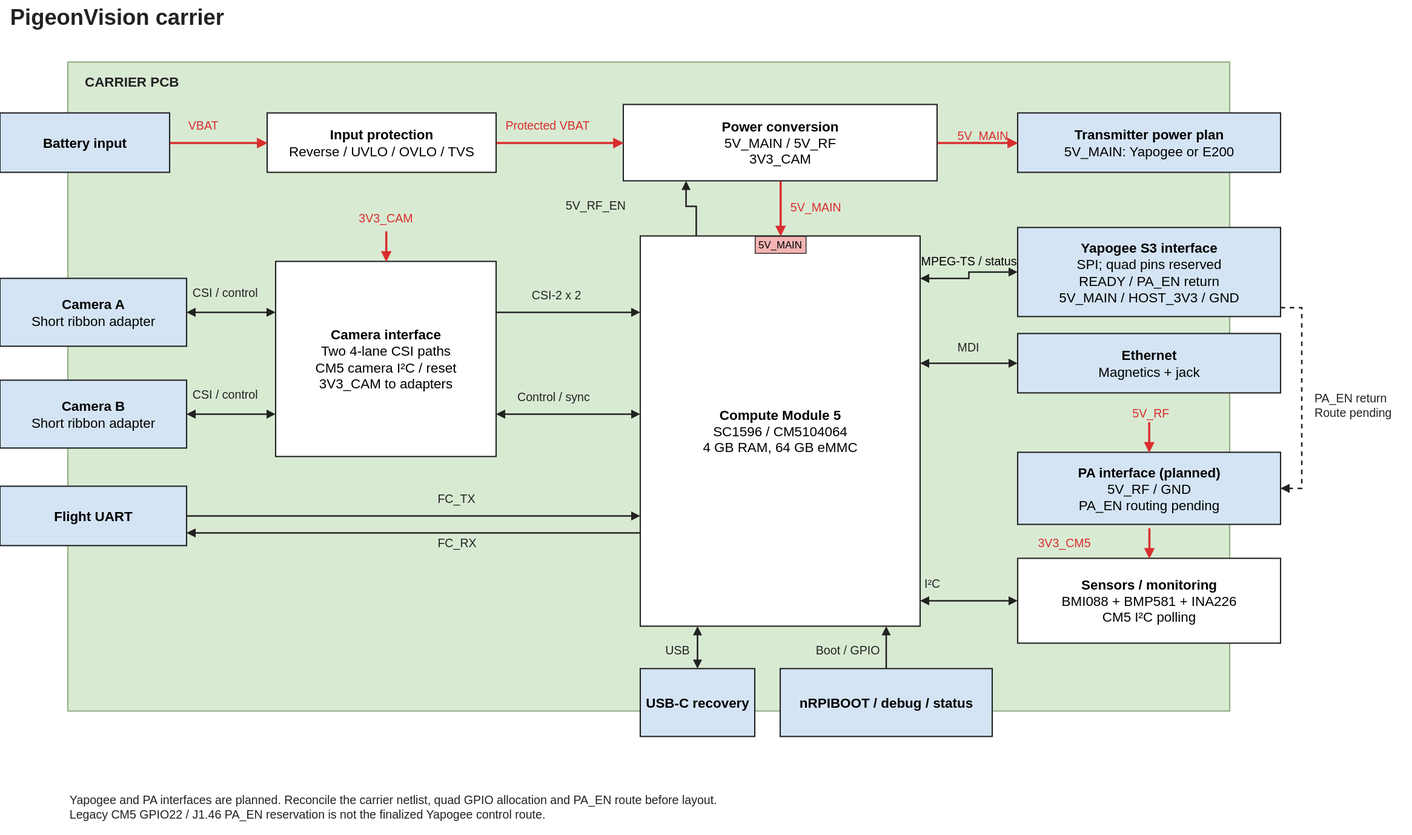
Earlier version of the draw.io export hardware/carrier/block-diagram.svg (stanford-ssi/PigeonVision). Source tidied: cells renumbered, new cells last; positions are measured from the earlier drawing's top-left corner, leaving out a move shared by most shapes.
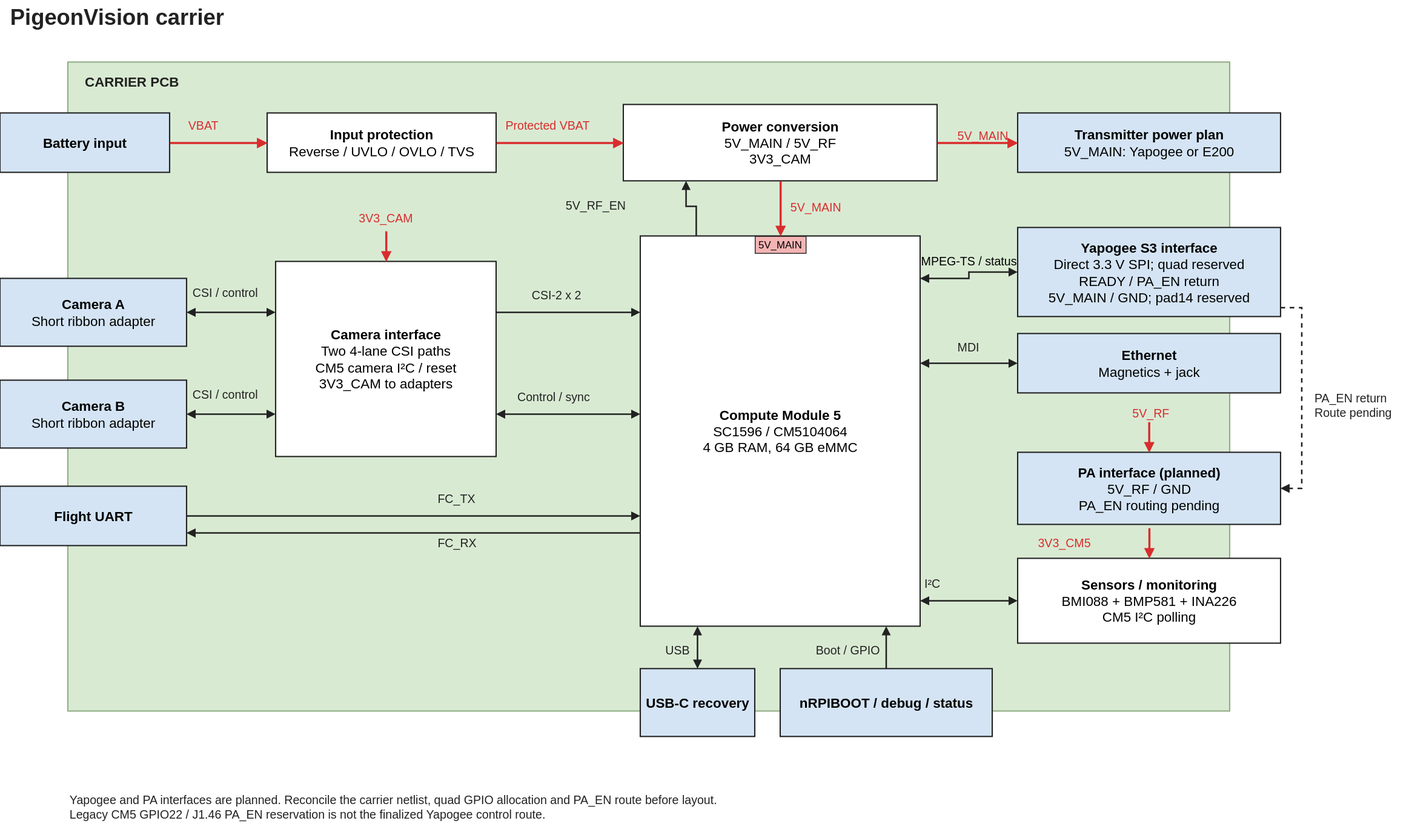
Later version of the same file.

Change to the diagram source:
```diff
@@ -178,7 +178,7 @@
     <mxCell id="55" style="edgeStyle=orthogonalEdgeStyle;html=1;entryX=0.8787878787878788;entryY=1;entryPerimeter=0;rounded=0;strokeColor=#222222;strokeWidth=1.8;align=center;verticalAlign=middle;fontFamily=Arial;fontSize=14;fontColor=default;labelBackgroundColor=default;startArrow=none;startFill=1;endArrow=block;endFill=1;jettySize=0;exitX=0.5;exitY=0;exitPerimeter=0;" parent="1" edge="1" source="51" target="19">
       <mxGeometry relative="1" as="geometry" />
     </mxCell>
-    <mxCell id="56" value="&lt;b&gt;Yapogee S3 interface&lt;/b&gt;&lt;br&gt;SPI; quad pins reserved&lt;br&gt;READY / PA_EN return&lt;br&gt;5V_MAIN / HOST_3V3 / GND" style="rounded=0;whiteSpace=wrap;html=1;fontFamily=Arial;fillColor=#d4e4f4;strokeColor=#222222;strokeWidth=1.5;align=center;verticalAlign=middle;fontSize=16;spacing=5;" parent="1" vertex="1">
+    <mxCell id="56" value="&lt;b&gt;Yapogee S3 interface&lt;/b&gt;&lt;br&gt;Direct 3.3 V SPI; quad reserved&lt;br&gt;READY / PA_EN return&lt;br&gt;5V_MAIN / GND; pad14 reserved" style="rounded=0;whiteSpace=wrap;html=1;fontFamily=Arial;fillColor=#d4e4f4;strokeColor=#222222;strokeWidth=1.5;align=center;verticalAlign=middle;fontSize=16;spacing=5;" parent="1" vertex="1">
       <mxGeometry x="1200" y="268" width="310" height="105" as="geometry" />
     </mxCell>
     <mxCell id="57" value="MPEG-TS / status" style="edgeStyle=orthogonalEdgeStyle;rounded=0;strokeColor=#222222;strokeWidth=1.8;endArrow=block;startArrow=block;endFill=1;startFill=1;exitX=1;exitY=0.10869565217391304;exitPerimeter=0;entryX=0;entryY=0.5;entryPerimeter=0;jettySize=0;fontFamily=Arial;fontSize=14;labelBackgroundColor=none;" parent="1" edge="1" source="19" target="56">
```
